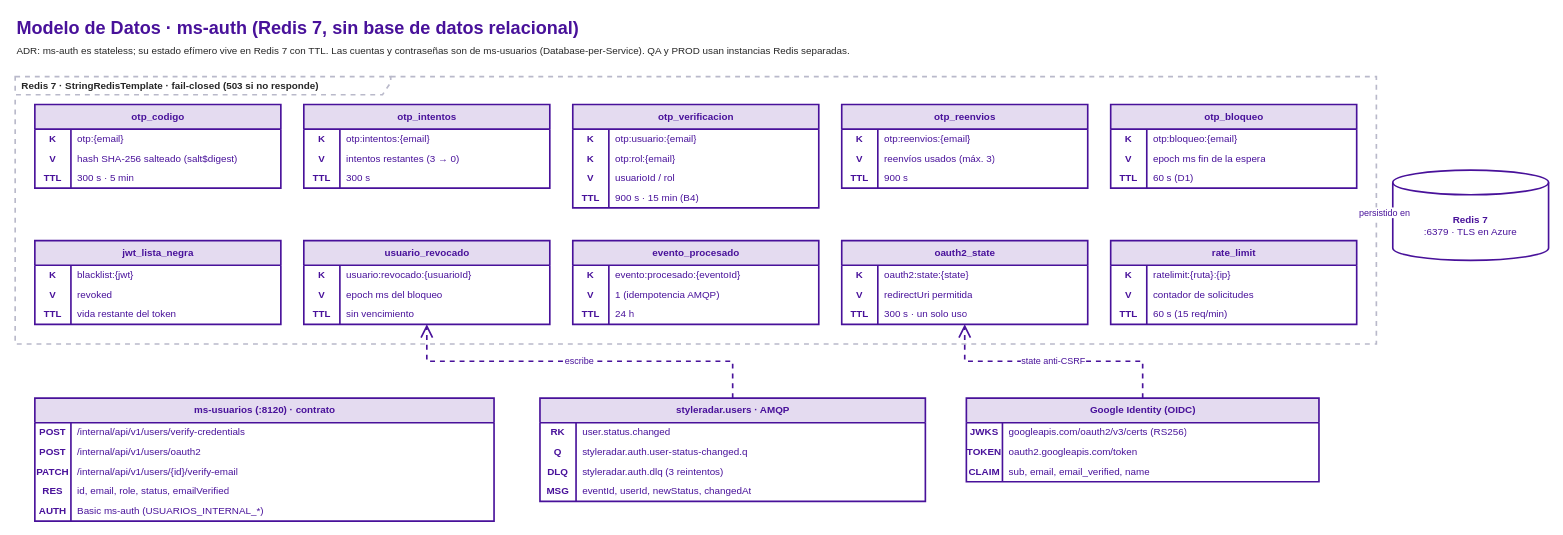
StyleRadar1/CADCHE-Authentication-Service keeps this draw.io diagram as docs/uml/DiagramaBaseDatos.drawio. Above is the earlier version. Source tidied: cells renumbered, new cells numbered last; positions are measured from the earlier drawing's top-left corner, leaving out a move shared by most shapes. Both pictures are drawn from the tidied source at 82%, with x=0, y=0 at pixel (15, 14).
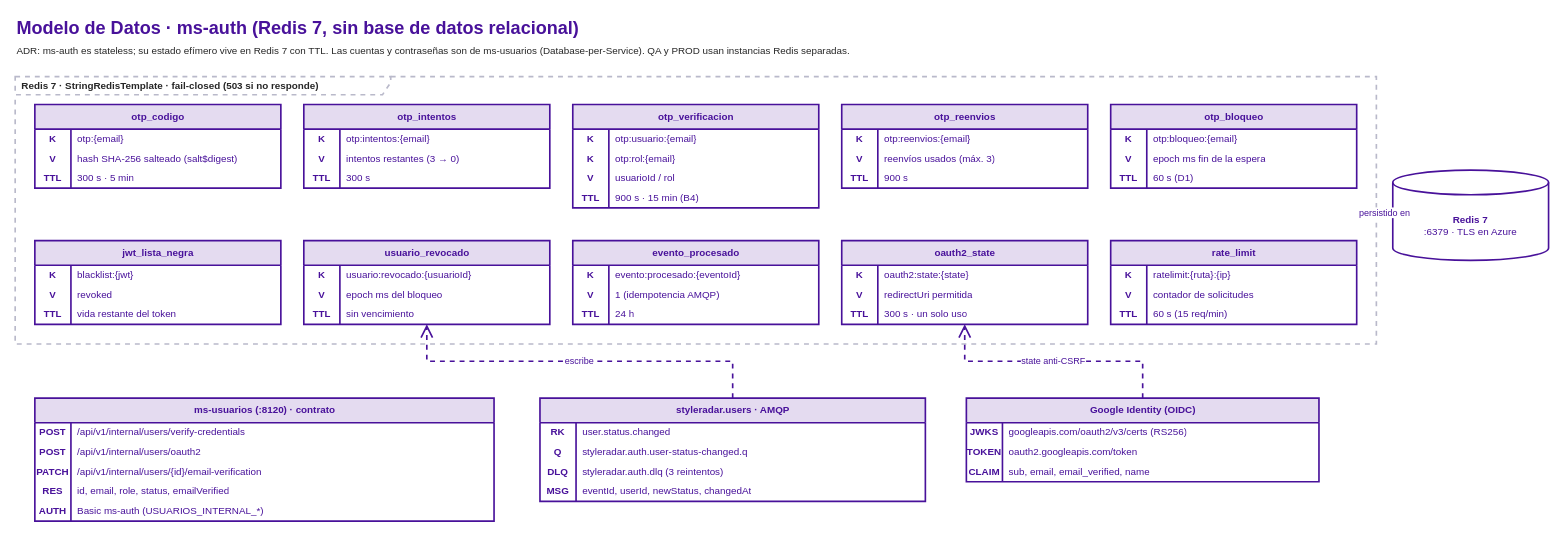
Above is the later version.

Commit message (it also covers changes not shown here):
docs(auth): readme y diagramas con SR-RF-112, SR-RF-113 y las rutas internas de ms-usuarios

The change refers to these unchanged cells:
```xml
<mxCell id="110" style="shape=tableRow;horizontal=0;startSize=0;swimlaneHead=0;swimlaneBody=0;fillColor=none;top=0;left=0;right=0;bottom=0;fontFamily=poppins;fontColor=#48119A;" parent="109" vertex="1">
  <mxGeometry y="30" width="560" height="24" as="geometry" />
</mxCell>
<mxCell id="113" style="shape=tableRow;horizontal=0;startSize=0;swimlaneHead=0;swimlaneBody=0;fillColor=none;top=0;left=0;right=0;bottom=0;fontFamily=poppins;fontColor=#48119A;" parent="109" vertex="1">
  <mxGeometry y="54" width="560" height="24" as="geometry" />
</mxCell>
<mxCell id="116" style="shape=tableRow;horizontal=0;startSize=0;swimlaneHead=0;swimlaneBody=0;fillColor=none;top=0;left=0;right=0;bottom=0;fontFamily=poppins;fontColor=#48119A;" parent="109" vertex="1">
  <mxGeometry y="78" width="560" height="24" as="geometry" />
</mxCell>
```

Change to the diagram source:
```diff
@@
-    <mxCell id="112" value="/internal/api/v1/users/verify-credentials" style="shape=partialRectangle;fillColor=none;top=0;left=0;bottom=0;right=0;align=left;spacingLeft=6;overflow=hidden;whiteSpace=wrap;html=1;fontFamily=poppins;fontColor=#48119A;" parent="110" vertex="1">
+    <mxCell id="112" value="/api/v1/internal/users/verify-credentials" style="shape=partialRectangle;fillColor=none;top=0;left=0;bottom=0;right=0;align=left;spacingLeft=6;overflow=hidden;whiteSpace=wrap;html=1;fontFamily=poppins;fontColor=#48119A;" parent="110" vertex="1">
       <mxGeometry x="44" width="516" height="24" as="geometry" />
     </mxCell>
@@
-    <mxCell id="115" value="/internal/api/v1/users/oauth2" style="shape=partialRectangle;fillColor=none;top=0;left=0;bottom=0;right=0;align=left;spacingLeft=6;overflow=hidden;whiteSpace=wrap;html=1;fontFamily=poppins;fontColor=#48119A;" parent="113" vertex="1">
+    <mxCell id="115" value="/api/v1/internal/users/oauth2" style="shape=partialRectangle;fillColor=none;top=0;left=0;bottom=0;right=0;align=left;spacingLeft=6;overflow=hidden;whiteSpace=wrap;html=1;fontFamily=poppins;fontColor=#48119A;" parent="113" vertex="1">
       <mxGeometry x="44" width="516" height="24" as="geometry" />
     </mxCell>
@@
-    <mxCell id="118" value="/internal/api/v1/users/{id}/verify-email" style="shape=partialRectangle;fillColor=none;top=0;left=0;bottom=0;right=0;align=left;spacingLeft=6;overflow=hidden;whiteSpace=wrap;html=1;fontFamily=poppins;fontColor=#48119A;" parent="116" vertex="1">
+    <mxCell id="118" value="/api/v1/internal/users/{id}/email-verification" style="shape=partialRectangle;fillColor=none;top=0;left=0;bottom=0;right=0;align=left;spacingLeft=6;overflow=hidden;whiteSpace=wrap;html=1;fontFamily=poppins;fontColor=#48119A;" parent="116" vertex="1">
       <mxGeometry x="44" width="516" height="24" as="geometry" />
     </mxCell>
```
